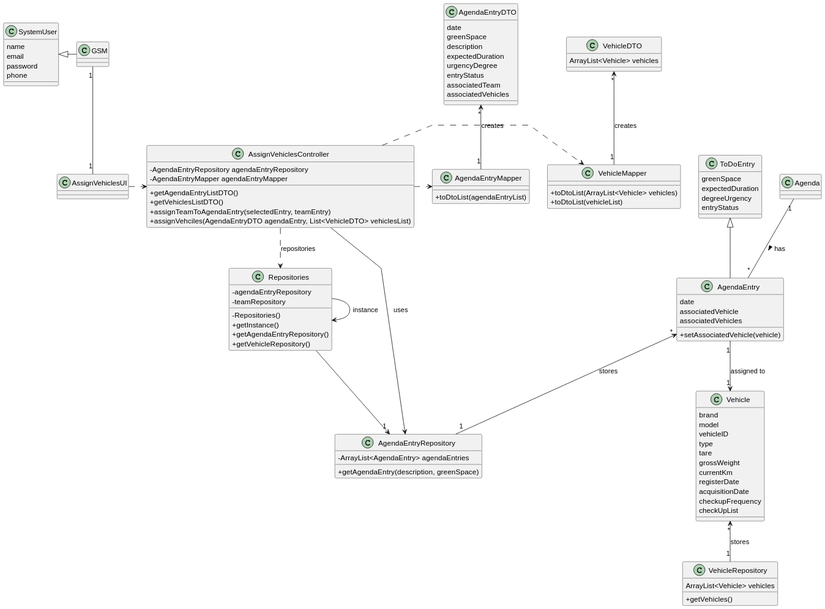
Before: docs/sprintC/us026/03.design/svg/us026-class-diagram-0.svg, a diagram exported from PlantUML (Departamento-de-Engenharia-Informatica/lei-24-s2-1do-g164).
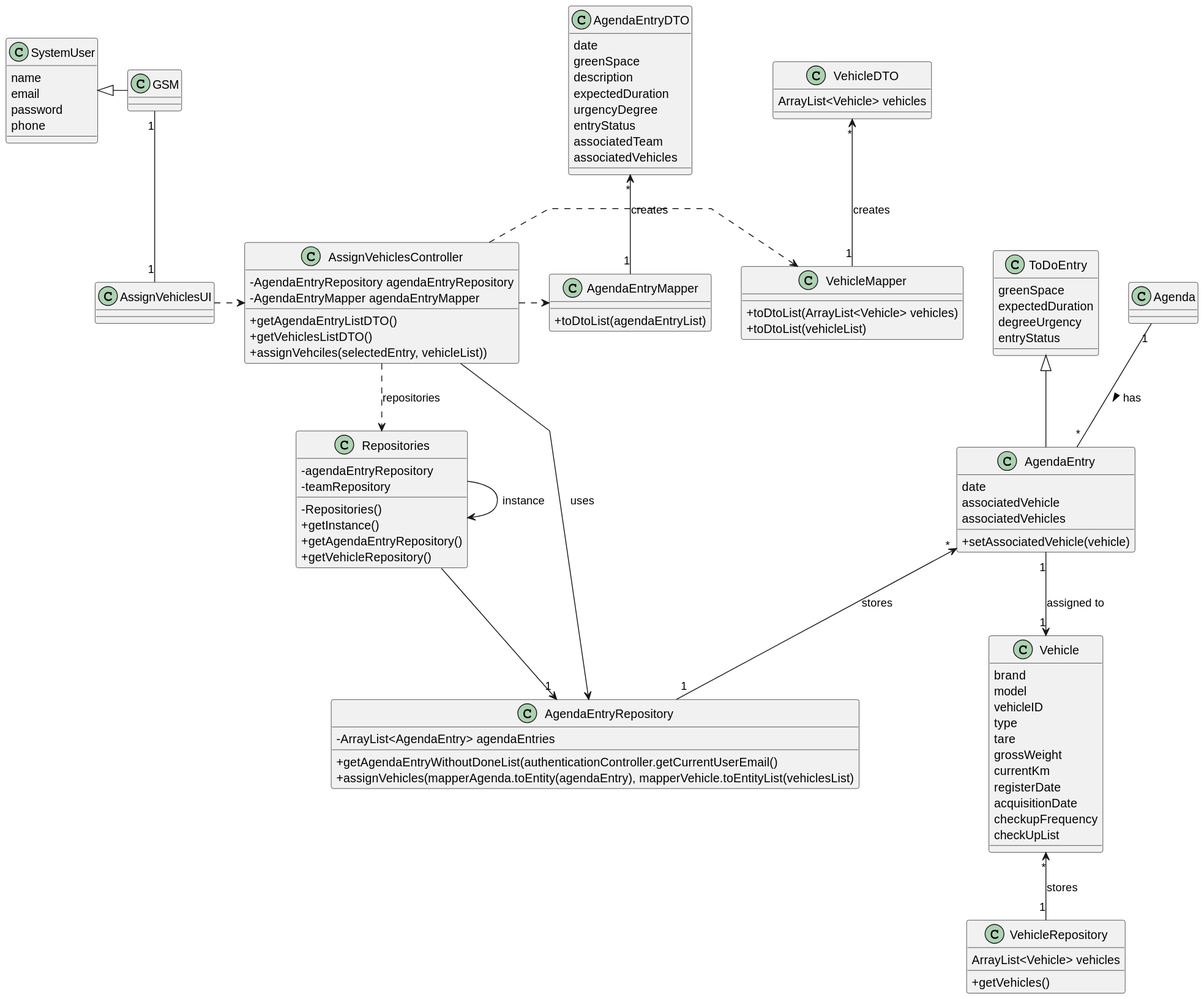
The same file after the commit.

The edit, as a diff of the source:
```diff
@@ -43,8 +43,8 @@
 
 class AgendaEntryRepository {
     - ArrayList<AgendaEntry> agendaEntries
-    + getAgendaEntry(description, greenSpace)
-
+    +getAgendaEntryWithoutDoneList(authenticationController.getCurrentUserEmail()
+    +assignVehicles(mapperAgenda.toEntity(agendaEntry), mapperVehicle.toEntityList(vehiclesList)
 }
 
 class Repositories {
@@ -70,8 +70,7 @@
 
     +getAgendaEntryListDTO()
     +getVehiclesListDTO()
-    +assignTeamToAgendaEntry(selectedEntry, teamEntry)
-    +assignVehciles(AgendaEntryDTO agendaEntry, List<VehicleDTO> vehiclesList)
+     + assignVehciles(selectedEntry, vehicleList))
 }
 
 class AssignVehiclesUI {
```
